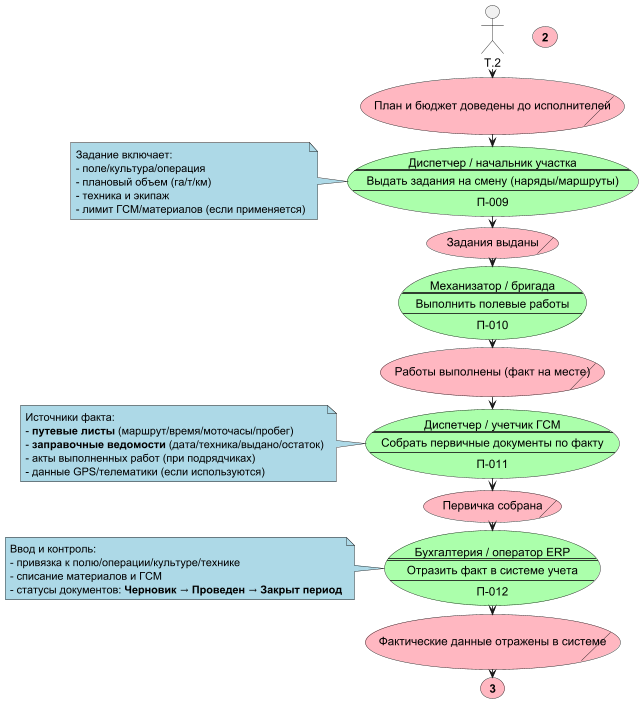
Before: out/docs/СхемаПроцесса/FieldWorksPlanningProcessPart3.png, a diagram exported from PlantUML (redokov/infostart2026). Source of this version:
```plantuml
@startuml FieldWorksPlanningProcessPart3
top to bottom direction
skinparam ranksep 10
skinparam dpi 80
skinparam packageTitleAlignment left

skinparam usecase {
  BackgroundColor LightPink
}
skinparam note {
  BackgroundColor LightBlue
}
skinparam rectangle {
  BackgroundColor LightGray
}

usecase Т.2 as "**2**"

usecase/ С.12 as "План и бюджет доведены до исполнителей"

usecase Ф.9 #AAFFAA as "
Диспетчер / начальник участка
====
Выдать задания на смену (наряды/маршруты)
----
П-009"
note left of Ф.9
Задание включает:
- поле/культура/операция
- плановый объем (га/т/км)
- техника и экипаж
- лимит ГСМ/материалов (если применяется)
end note

usecase/ С.13 as "Задания выданы"

usecase Ф.10 #AAFFAA as "
Механизатор / бригада
====
Выполнить полевые работы
----
П-010"

usecase/ С.14 as "Работы выполнены (факт на месте)"

usecase Ф.11 #AAFFAA as "
Диспетчер / учетчик ГСМ
====
Собрать первичные документы по факту
----
П-011"
note left of Ф.11
Источники факта:
- **путевые листы** (маршрут/время/моточасы/пробег)
- **заправочные ведомости** (дата/техника/выдано/остаток)
- акты выполненных работ (при подрядчиках)
- данные GPS/телематики (если используются)
end note

usecase/ С.15 as "Первичка собрана"

usecase Ф.12 #AAFFAA as "
Бухгалтерия / оператор ERP
====
Отразить факт в системе учета
----
П-012"
note left of Ф.12
Ввод и контроль:
- привязка к полю/операции/культуре/технике
- списание материалов и ГСМ
- статусы документов: **Черновик** → **Проведен** → **Закрыт период**
end note

usecase/ С.16 as "Фактические данные отражены в системе"

usecase Т.3 as "**3**"

T.2 -d-> С.12
С.12 -d-> Ф.9
Ф.9 -d-> С.13
С.13 -d-> Ф.10
Ф.10 -d-> С.14
С.14 -d-> Ф.11
Ф.11 -d-> С.15
С.15 -d-> Ф.12
Ф.12 -d-> С.16
С.16 -d-> Т.3
@enduml
```
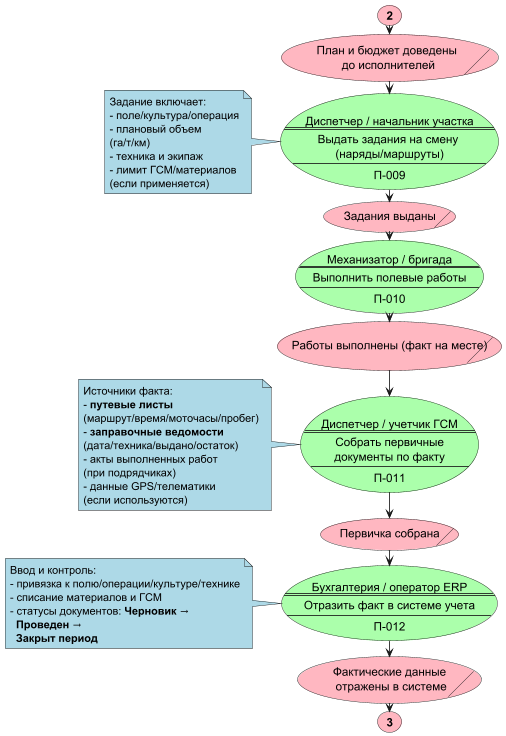
After the change.

The edit, as a diff of the source:
```diff
@@ -16,20 +16,23 @@
 
 usecase Т.2 as "**2**"
 
-usecase/ С.12 as "План и бюджет доведены до исполнителей"
+usecase/ С.12 as "План и бюджет доведены\n до исполнителей"
 
 usecase Ф.9 #AAFFAA as "
 Диспетчер / начальник участка
 ====
-Выдать задания на смену (наряды/маршруты)
+Выдать задания на смену
+(наряды/маршруты)
 ----
 П-009"
 note left of Ф.9
 Задание включает:
 - поле/культура/операция
-- плановый объем (га/т/км)
+- плановый объем
+(га/т/км)
 - техника и экипаж
-- лимит ГСМ/материалов (если применяется)
+- лимит ГСМ/материалов
+(если применяется)
 end note
 
 usecase/ С.13 as "Задания выданы"
@@ -46,15 +49,20 @@
 usecase Ф.11 #AAFFAA as "
 Диспетчер / учетчик ГСМ
 ====
-Собрать первичные документы по факту
+Собрать первичные
+документы по факту
 ----
 П-011"
 note left of Ф.11
 Источники факта:
-- **путевые листы** (маршрут/время/моточасы/пробег)
-- **заправочные ведомости** (дата/техника/выдано/остаток)
-- акты выполненных работ (при подрядчиках)
-- данные GPS/телематики (если используются)
+- **путевые листы**
+(маршрут/время/моточасы/пробег)
+- **заправочные ведомости**
+(дата/техника/выдано/остаток)
+- акты выполненных работ
+(при подрядчиках)
+- данные GPS/телематики
+(если используются)
 end note
 
 usecase/ С.15 as "Первичка собрана"
@@ -69,14 +77,16 @@
 Ввод и контроль:
 - привязка к полю/операции/культуре/технике
 - списание материалов и ГСМ
-- статусы документов: **Черновик** → **Проведен** → **Закрыт период**
+- статусы документов: **Черновик** →
+  **Проведен** →
+  **Закрыт период**
 end note
 
-usecase/ С.16 as "Фактические данные отражены в системе"
+usecase/ С.16 as "Фактические данные\n отражены в системе"
 
 usecase Т.3 as "**3**"
 
-T.2 -d-> С.12
+Т.2 -d-> С.12
 С.12 -d-> Ф.9
 Ф.9 -d-> С.13
 С.13 -d-> Ф.10
```
